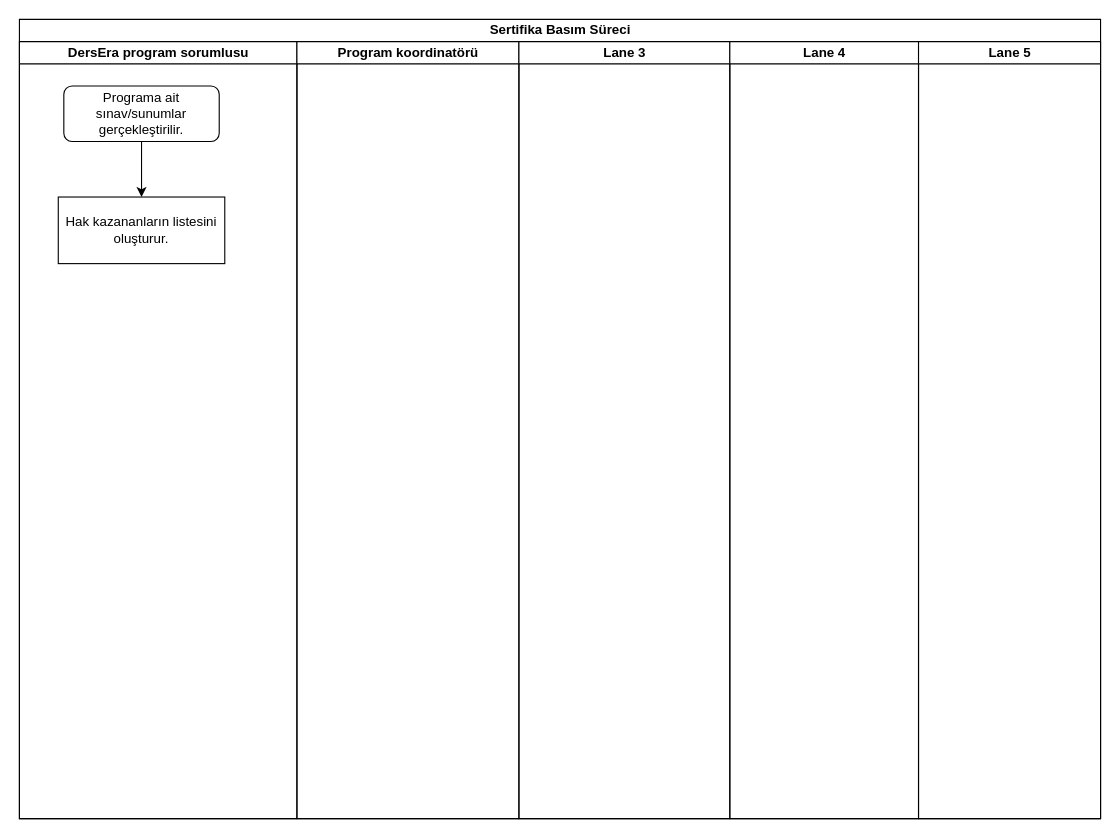
Above: test.drawio in zeynephazal/WorkFlows (draw.io), before the change. Source tidied: cells renumbered, new cells numbered last; positions are measured from the earlier drawing's top-left corner, leaving out a move shared by most shapes. Both pictures are drawn from the tidied source at 111%, with x=0, y=0 at pixel (19, 19).
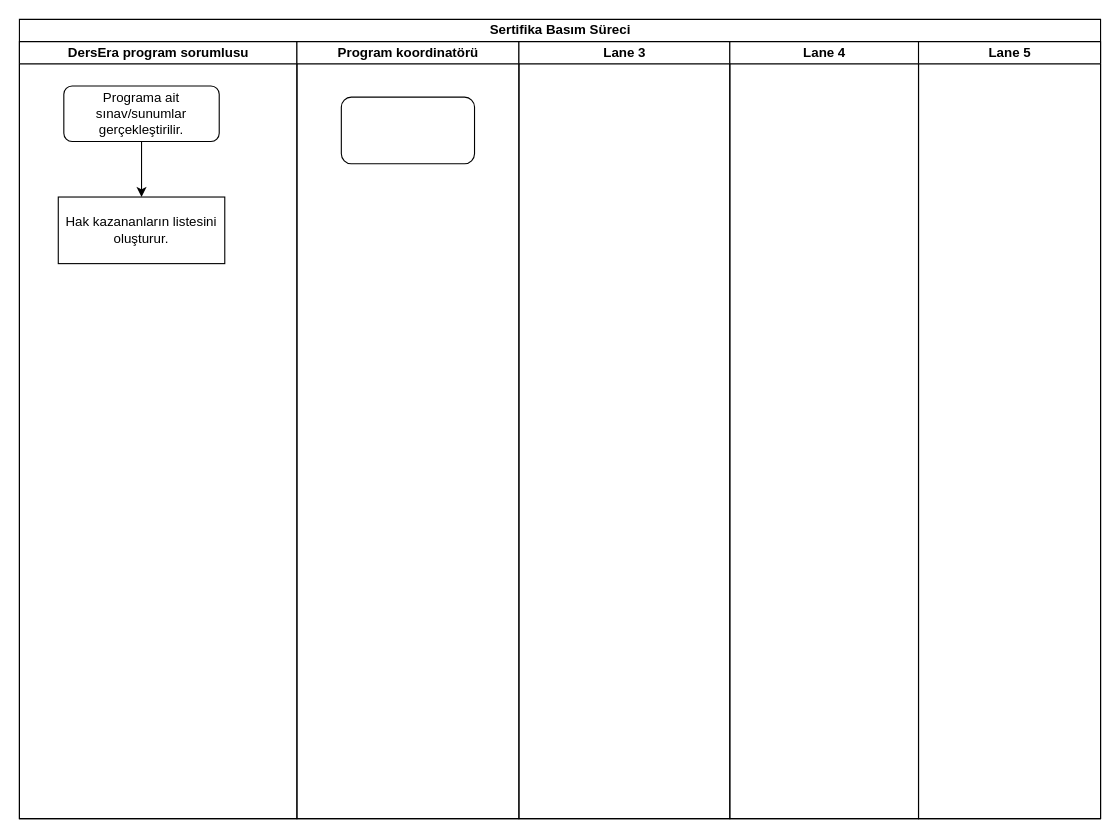
The same diagram, later.

The edit, as a diff of the source:
```diff
@@
 <mxGraphModel>
   <root>
     <mxCell id="0" />
     <mxCell id="1" parent="0" />
     <mxCell id="2" value="Sertifika Basım Süreci" style="swimlane;startSize=20;html=1;" parent="1" vertex="1">
       <mxGeometry width="974" height="720" as="geometry" />
     </mxCell>
     <mxCell id="3" value="DersEra program sorumlusu" style="swimlane;startSize=20;html=1;" parent="2" vertex="1">
       <mxGeometry y="20" width="250" height="700" as="geometry" />
     </mxCell>
     <mxCell id="4" style="edgeStyle=orthogonalEdgeStyle;rounded=0;jettySize=auto;html=1;" parent="3" edge="1" source="5" target="6">
       <mxGeometry relative="1" as="geometry" />
     </mxCell>
     <mxCell id="5" value="Programa ait sınav/sunumlar gerçekleştirilir." style="rounded=1;whiteSpace=wrap;html=1;" parent="3" vertex="1">
       <mxGeometry x="40" y="40" width="140" height="50" as="geometry" />
     </mxCell>
     <mxCell id="6" value="Hak kazananların listesini oluşturur." style="rounded=0;whiteSpace=wrap;html=1;" parent="3" vertex="1">
       <mxGeometry x="35" y="140" width="150" height="60" as="geometry" />
     </mxCell>
     <mxCell id="7" value="Program koordinatörü" style="swimlane;startSize=20;html=1;" parent="2" vertex="1">
       <mxGeometry x="250" y="20" width="200" height="700" as="geometry" />
     </mxCell>
+    <mxCell id="11" style="rounded=1;whiteSpace=wrap;html=1;" parent="7" vertex="1">
+      <mxGeometry x="40" y="50" width="120" height="60" as="geometry" />
+    </mxCell>
     <mxCell id="8" value="Lane 3" style="swimlane;startSize=20;html=1;" parent="2" vertex="1">
       <mxGeometry x="450" y="20" width="190" height="700" as="geometry" />
     </mxCell>
     <mxCell id="9" value="Lane 4" style="swimlane;startSize=20;html=1;" parent="2" vertex="1">
       <mxGeometry x="640" y="20" width="170" height="700" as="geometry" />
     </mxCell>
     <mxCell id="10" value="Lane 5" style="swimlane;startSize=20;html=1;" parent="2" vertex="1">
       <mxGeometry x="810" y="20" width="164" height="700" as="geometry" />
     </mxCell>
   </root>
 </mxGraphModel>
```
